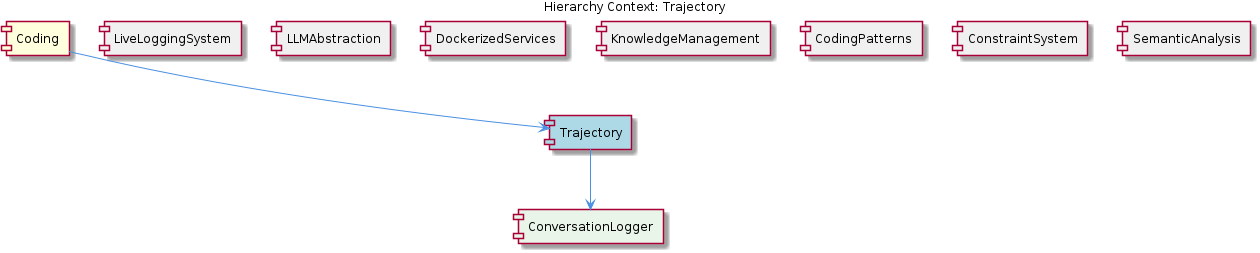
Before: .data/knowledge-graph/insights/images/trajectory-relationship.png, a diagram exported from PlantUML (fwornle/coding). Its source is kept beside it as .data/knowledge-graph/insights/puml/trajectory-relationship.puml.
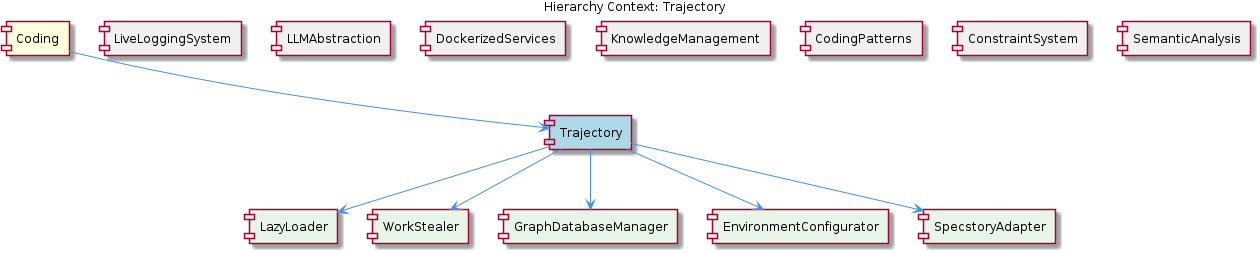
The same diagram one commit later.

The edit, as a diff of the source:
```diff
@@ -12,7 +12,11 @@
 [CodingPatterns] as coding_patterns #F0F0F0
 [ConstraintSystem] as constraint_system #F0F0F0
 [SemanticAnalysis] as semantic_analysis #F0F0F0
-[ConversationLogger] as conversation_logger #E8F5E8
+[LazyLoader] as lazy_loader #E8F5E8
+[WorkStealer] as work_stealer #E8F5E8
+[GraphDatabaseManager] as graph_database_manager #E8F5E8
+[EnvironmentConfigurator] as environment_configurator #E8F5E8
+[SpecstoryAdapter] as specstory_adapter #E8F5E8
 
 coding --> trajectory
 live_logging_system -[hidden]- trajectory
@@ -22,6 +26,10 @@
 coding_patterns -[hidden]- trajectory
 constraint_system -[hidden]- trajectory
 semantic_analysis -[hidden]- trajectory
-trajectory --> conversation_logger
+trajectory --> lazy_loader
+trajectory --> work_stealer
+trajectory --> graph_database_manager
+trajectory --> environment_configurator
+trajectory --> specstory_adapter
 
 @enduml
```
